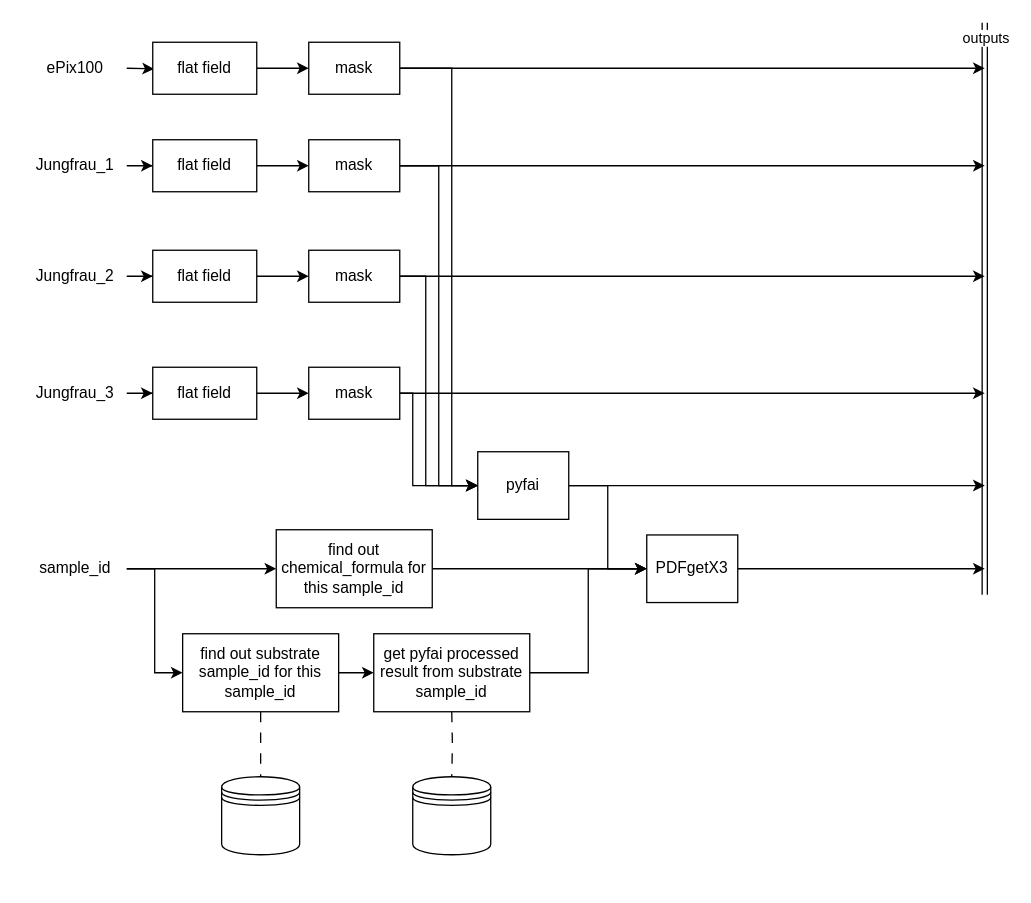
Before: sample.drawio in keeble/hed-context-files, a draw.io diagram. Source tidied: cells renumbered, new cells numbered last; positions are measured from the earlier drawing's top-left corner, leaving out a move shared by most shapes. Both pictures are drawn from the tidied source at 130%, with x=0, y=0 at pixel (22, 22).
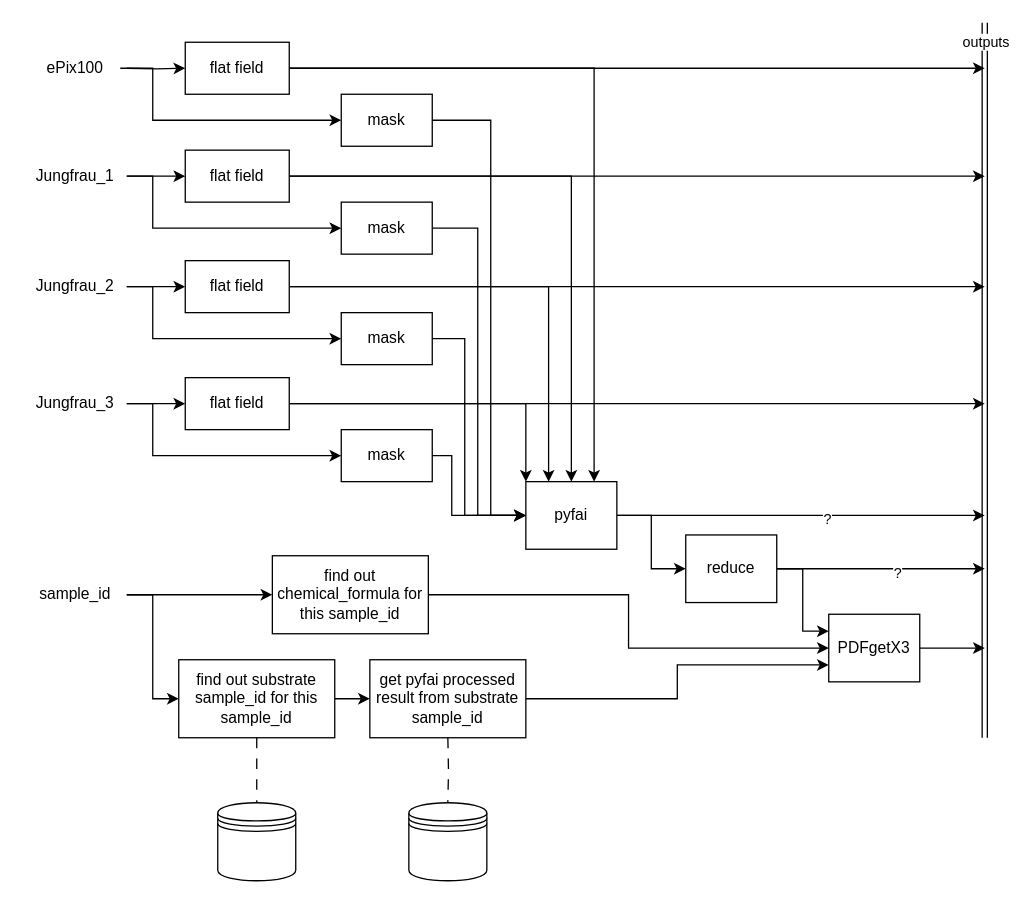
The same diagram, later.

Unchanged cells that the change refers to:
```xml
<mxCell id="28" value="ePix100" style="text;html=1;align=center;verticalAlign=middle;points=[];strokeColor=none;fillColor=none;" parent="1" vertex="1">
  <mxGeometry x="5" y="20" width="70" height="30" as="geometry" />
</mxCell>
```

The edit, as a diff of the source:
```diff
@@
+    <mxCell id="50" style="edgeStyle=orthogonalEdgeStyle;rounded=0;jettySize=auto;html=1;entryX=0;entryY=0.5;entryDx=0;entryDy=0;" parent="1" edge="1" source="3" target="16">
+      <mxGeometry relative="1" as="geometry">
+        <Array as="points">
+          <mxPoint x="100" y="118" />
+          <mxPoint x="100" y="158" />
+        </Array>
+      </mxGeometry>
+    </mxCell>
     <mxCell id="3" value="Jungfrau_1" style="text;html=1;align=center;verticalAlign=middle;points=[];strokeColor=none;fillColor=none;" parent="1" vertex="1">
-      <mxGeometry y="95" width="80" height="30" as="geometry" />
+      <mxGeometry y="103" width="80" height="30" as="geometry" />
     </mxCell>
@@
+    <mxCell id="51" style="edgeStyle=orthogonalEdgeStyle;rounded=0;jettySize=auto;html=1;entryX=0;entryY=0.5;entryDx=0;entryDy=0;" parent="1" edge="1" source="5" target="19">
+      <mxGeometry relative="1" as="geometry">
+        <Array as="points">
+          <mxPoint x="100" y="203" />
+          <mxPoint x="100" y="243" />
+        </Array>
+      </mxGeometry>
+    </mxCell>
     <mxCell id="5" value="Jungfrau_2" style="text;html=1;align=center;verticalAlign=middle;points=[];strokeColor=none;fillColor=none;" parent="1" vertex="1">
-      <mxGeometry y="180" width="80" height="30" as="geometry" />
+      <mxGeometry y="188" width="80" height="30" as="geometry" />
     </mxCell>
@@
+    <mxCell id="52" style="edgeStyle=orthogonalEdgeStyle;rounded=0;jettySize=auto;html=1;entryX=0;entryY=0.5;entryDx=0;entryDy=0;" parent="1" edge="1" source="7" target="22">
+      <mxGeometry relative="1" as="geometry">
+        <Array as="points">
+          <mxPoint x="100" y="293" />
+          <mxPoint x="100" y="333" />
+        </Array>
+      </mxGeometry>
+    </mxCell>
     <mxCell id="7" value="Jungfrau_3" style="text;html=1;align=center;verticalAlign=middle;points=[];strokeColor=none;fillColor=none;" parent="1" vertex="1">
-      <mxGeometry y="270" width="80" height="30" as="geometry" />
+      <mxGeometry y="278" width="80" height="30" as="geometry" />
     </mxCell>
-    <mxCell id="8" style="edgeStyle=orthogonalEdgeStyle;rounded=0;jettySize=auto;html=1;" parent="1" edge="1" source="9" target="16">
-      <mxGeometry relative="1" as="geometry" />
-    </mxCell>
+    <mxCell id="53" style="edgeStyle=orthogonalEdgeStyle;rounded=0;jettySize=auto;html=1;entryX=0.5;entryY=0;entryDx=0;entryDy=0;" parent="1" edge="1" source="9" target="25">
+      <mxGeometry relative="1" as="geometry" />
+    </mxCell>
+    <mxCell id="54" style="edgeStyle=orthogonalEdgeStyle;rounded=0;jettySize=auto;html=1;" parent="1" edge="1" source="9">
+      <mxGeometry relative="1" as="geometry">
+        <mxPoint x="740" y="118" as="targetPoint" />
+      </mxGeometry>
+    </mxCell>
     <mxCell id="9" value="flat field" style="rounded=0;whiteSpace=wrap;html=1;" parent="1" vertex="1">
-      <mxGeometry x="100" y="90" width="80" height="40" as="geometry" />
+      <mxGeometry x="125" y="98" width="80" height="40" as="geometry" />
     </mxCell>
-    <mxCell id="10" style="edgeStyle=orthogonalEdgeStyle;rounded=0;jettySize=auto;html=1;" parent="1" edge="1" source="11" target="19">
-      <mxGeometry relative="1" as="geometry" />
-    </mxCell>
+    <mxCell id="55" style="edgeStyle=orthogonalEdgeStyle;rounded=0;jettySize=auto;html=1;entryX=0.25;entryY=0;entryDx=0;entryDy=0;" parent="1" edge="1" source="11" target="25">
+      <mxGeometry relative="1" as="geometry" />
+    </mxCell>
+    <mxCell id="56" style="edgeStyle=orthogonalEdgeStyle;rounded=0;jettySize=auto;html=1;" parent="1" edge="1" source="11">
+      <mxGeometry relative="1" as="geometry">
+        <mxPoint x="740" y="203" as="targetPoint" />
+      </mxGeometry>
+    </mxCell>
     <mxCell id="11" value="flat field" style="rounded=0;whiteSpace=wrap;html=1;" parent="1" vertex="1">
-      <mxGeometry x="100" y="175" width="80" height="40" as="geometry" />
+      <mxGeometry x="125" y="183" width="80" height="40" as="geometry" />
     </mxCell>
-    <mxCell id="12" style="edgeStyle=orthogonalEdgeStyle;rounded=0;jettySize=auto;html=1;" parent="1" edge="1" source="13" target="22">
-      <mxGeometry relative="1" as="geometry" />
-    </mxCell>
+    <mxCell id="57" style="edgeStyle=orthogonalEdgeStyle;rounded=0;jettySize=auto;html=1;entryX=0;entryY=0;entryDx=0;entryDy=0;" parent="1" edge="1" source="13" target="25">
+      <mxGeometry relative="1" as="geometry" />
+    </mxCell>
+    <mxCell id="58" style="edgeStyle=orthogonalEdgeStyle;rounded=0;jettySize=auto;html=1;" parent="1" edge="1" source="13">
+      <mxGeometry relative="1" as="geometry">
+        <mxPoint x="740" y="293" as="targetPoint" />
+      </mxGeometry>
+    </mxCell>
     <mxCell id="13" value="flat field" style="rounded=0;whiteSpace=wrap;html=1;" parent="1" vertex="1">
-      <mxGeometry x="100" y="265" width="80" height="40" as="geometry" />
+      <mxGeometry x="125" y="273" width="80" height="40" as="geometry" />
     </mxCell>
     <mxCell id="14" style="edgeStyle=orthogonalEdgeStyle;rounded=0;jettySize=auto;html=1;entryX=0;entryY=0.5;entryDx=0;entryDy=0;" parent="1" edge="1" source="16" target="25">
       <mxGeometry relative="1" as="geometry">
         <Array as="points">
-          <mxPoint x="320" y="110" />
-          <mxPoint x="320" y="356" />
+          <mxPoint x="350" y="158" />
+          <mxPoint x="350" y="379" />
         </Array>
       </mxGeometry>
     </mxCell>
-    <mxCell id="15" style="edgeStyle=orthogonalEdgeStyle;rounded=0;jettySize=auto;html=1;" parent="1" edge="1" source="16">
-      <mxGeometry relative="1" as="geometry">
-        <mxPoint x="740" y="110" as="targetPoint" />
-      </mxGeometry>
-    </mxCell>
     <mxCell id="16" value="mask" style="rounded=0;whiteSpace=wrap;html=1;" parent="1" vertex="1">
-      <mxGeometry x="220" y="90" width="70" height="40" as="geometry" />
+      <mxGeometry x="245" y="138" width="70" height="40" as="geometry" />
     </mxCell>
     <mxCell id="17" style="edgeStyle=orthogonalEdgeStyle;rounded=0;jettySize=auto;html=1;entryX=0;entryY=0.5;entryDx=0;entryDy=0;" parent="1" edge="1" source="19" target="25">
       <mxGeometry relative="1" as="geometry">
         <Array as="points">
-          <mxPoint x="310" y="195" />
-          <mxPoint x="310" y="356" />
+          <mxPoint x="340" y="243" />
+          <mxPoint x="340" y="379" />
         </Array>
       </mxGeometry>
     </mxCell>
-    <mxCell id="18" style="edgeStyle=orthogonalEdgeStyle;rounded=0;jettySize=auto;html=1;" parent="1" edge="1" source="19">
-      <mxGeometry relative="1" as="geometry">
-        <mxPoint x="740" y="195" as="targetPoint" />
-      </mxGeometry>
-    </mxCell>
     <mxCell id="19" value="mask" style="rounded=0;whiteSpace=wrap;html=1;" parent="1" vertex="1">
-      <mxGeometry x="220" y="175" width="70" height="40" as="geometry" />
+      <mxGeometry x="245" y="223" width="70" height="40" as="geometry" />
     </mxCell>
     <mxCell id="20" style="edgeStyle=orthogonalEdgeStyle;rounded=0;jettySize=auto;html=1;entryX=0;entryY=0.5;entryDx=0;entryDy=0;" parent="1" edge="1" source="22" target="25">
       <mxGeometry relative="1" as="geometry">
         <Array as="points">
-          <mxPoint x="300" y="285" />
-          <mxPoint x="300" y="356" />
+          <mxPoint x="330" y="333" />
+          <mxPoint x="330" y="379" />
         </Array>
       </mxGeometry>
     </mxCell>
-    <mxCell id="21" style="edgeStyle=orthogonalEdgeStyle;rounded=0;jettySize=auto;html=1;" parent="1" edge="1" source="22">
-      <mxGeometry relative="1" as="geometry">
-        <mxPoint x="740" y="285" as="targetPoint" />
-      </mxGeometry>
-    </mxCell>
     <mxCell id="22" value="mask" style="rounded=0;whiteSpace=wrap;html=1;" parent="1" vertex="1">
-      <mxGeometry x="220" y="265" width="70" height="40" as="geometry" />
+      <mxGeometry x="245" y="313" width="70" height="40" as="geometry" />
     </mxCell>
-    <mxCell id="23" style="edgeStyle=orthogonalEdgeStyle;rounded=0;jettySize=auto;html=1;" parent="1" edge="1" source="25">
-      <mxGeometry relative="1" as="geometry">
-        <mxPoint x="740" y="356" as="targetPoint" />
-      </mxGeometry>
-    </mxCell>
-    <mxCell id="24" style="edgeStyle=orthogonalEdgeStyle;rounded=0;jettySize=auto;html=1;exitX=1;exitY=0.5;exitDx=0;exitDy=0;entryX=0;entryY=0.5;entryDx=0;entryDy=0;" parent="1" edge="1" source="25" target="40">
-      <mxGeometry relative="1" as="geometry" />
-    </mxCell>
+    <mxCell id="59" style="edgeStyle=orthogonalEdgeStyle;rounded=0;jettySize=auto;html=1;entryX=0;entryY=0.5;entryDx=0;entryDy=0;" parent="1" edge="1" source="25" target="69">
+      <mxGeometry relative="1" as="geometry" />
+    </mxCell>
+    <mxCell id="60" style="edgeStyle=orthogonalEdgeStyle;rounded=0;jettySize=auto;html=1;" parent="1" edge="1" source="25">
+      <mxGeometry relative="1" as="geometry">
+        <mxPoint x="740" y="379" as="targetPoint" />
+      </mxGeometry>
+    </mxCell>
+    <mxCell id="61" value="&lt;div&gt;?&lt;/div&gt;" style="edgeLabel;html=1;align=center;verticalAlign=middle;" parent="60" vertex="1">
+      <mxGeometry x="0.14" y="-2" relative="1" as="geometry" />
+    </mxCell>
     <mxCell id="25" value="pyfai" style="rounded=0;whiteSpace=wrap;html=1;" parent="1" vertex="1">
-      <mxGeometry x="350" y="330" width="70" height="52" as="geometry" />
+      <mxGeometry x="387" y="353" width="70" height="52" as="geometry" />
     </mxCell>
     <mxCell id="26" style="shape=link;html=1;rounded=0;" parent="1" edge="1">
       <mxGeometry relative="1" as="geometry">
-        <mxPoint x="740" y="440" as="sourcePoint" />
+        <mxPoint x="740" y="550" as="sourcePoint" />
         <mxPoint x="740" as="targetPoint" />
       </mxGeometry>
     </mxCell>
@@
+    <mxCell id="62" style="edgeStyle=orthogonalEdgeStyle;rounded=0;jettySize=auto;html=1;entryX=0;entryY=0.5;entryDx=0;entryDy=0;" parent="1" edge="1" source="28" target="34">
+      <mxGeometry relative="1" as="geometry">
+        <Array as="points">
+          <mxPoint x="100" y="35" />
+          <mxPoint x="100" y="75" />
+        </Array>
+      </mxGeometry>
+    </mxCell>
@@
-    <mxCell id="30" style="edgeStyle=orthogonalEdgeStyle;rounded=0;jettySize=auto;html=1;" parent="1" edge="1" source="31" target="34">
-      <mxGeometry relative="1" as="geometry" />
-    </mxCell>
+    <mxCell id="63" style="edgeStyle=orthogonalEdgeStyle;rounded=0;jettySize=auto;html=1;entryX=0.75;entryY=0;entryDx=0;entryDy=0;" parent="1" edge="1" source="31" target="25">
+      <mxGeometry relative="1" as="geometry" />
+    </mxCell>
+    <mxCell id="64" style="edgeStyle=orthogonalEdgeStyle;rounded=0;jettySize=auto;html=1;" parent="1" edge="1" source="31">
+      <mxGeometry relative="1" as="geometry">
+        <mxPoint x="740" y="35" as="targetPoint" />
+      </mxGeometry>
+    </mxCell>
     <mxCell id="31" value="flat field" style="rounded=0;whiteSpace=wrap;html=1;" parent="1" vertex="1">
-      <mxGeometry x="100" y="15" width="80" height="40" as="geometry" />
+      <mxGeometry x="125" y="15" width="80" height="40" as="geometry" />
     </mxCell>
     <mxCell id="32" style="edgeStyle=orthogonalEdgeStyle;rounded=0;jettySize=auto;html=1;entryX=0;entryY=0.5;entryDx=0;entryDy=0;" parent="1" edge="1" source="34" target="25">
       <mxGeometry relative="1" as="geometry">
         <Array as="points">
-          <mxPoint x="330" y="35" />
-          <mxPoint x="330" y="356" />
+          <mxPoint x="360" y="75" />
+          <mxPoint x="360" y="379" />
         </Array>
       </mxGeometry>
     </mxCell>
-    <mxCell id="33" style="edgeStyle=orthogonalEdgeStyle;rounded=0;jettySize=auto;html=1;" parent="1" edge="1" source="34">
-      <mxGeometry relative="1" as="geometry">
-        <mxPoint x="740" y="35" as="targetPoint" />
-      </mxGeometry>
-    </mxCell>
     <mxCell id="34" value="mask" style="rounded=0;whiteSpace=wrap;html=1;" parent="1" vertex="1">
-      <mxGeometry x="220" y="15" width="70" height="40" as="geometry" />
+      <mxGeometry x="245" y="55" width="70" height="40" as="geometry" />
     </mxCell>
@@
     <mxCell id="37" value="sample_id" style="text;html=1;align=center;verticalAlign=middle;points=[];strokeColor=none;fillColor=none;" parent="1" vertex="1">
-      <mxGeometry y="405" width="80" height="30" as="geometry" />
+      <mxGeometry y="425" width="80" height="30" as="geometry" />
     </mxCell>
     <mxCell id="38" style="shape=datastore;whiteSpace=wrap;html=1;" parent="1" vertex="1">
-      <mxGeometry x="153" y="580" width="60" height="60" as="geometry" />
+      <mxGeometry x="150" y="600" width="60" height="60" as="geometry" />
     </mxCell>
-    <mxCell id="39" style="edgeStyle=orthogonalEdgeStyle;rounded=0;jettySize=auto;html=1;exitX=1;exitY=0.5;exitDx=0;exitDy=0;" parent="1" edge="1" source="40">
-      <mxGeometry relative="1" as="geometry">
-        <mxPoint x="740" y="420" as="targetPoint" />
-      </mxGeometry>
-    </mxCell>
+    <mxCell id="65" style="edgeStyle=orthogonalEdgeStyle;rounded=0;jettySize=auto;html=1;" parent="1" edge="1" source="40">
+      <mxGeometry relative="1" as="geometry">
+        <mxPoint x="740" y="481" as="targetPoint" />
+      </mxGeometry>
+    </mxCell>
     <mxCell id="40" value="PDFgetX3" style="rounded=0;whiteSpace=wrap;html=1;" parent="1" vertex="1">
-      <mxGeometry x="480" y="394" width="70" height="52" as="geometry" />
+      <mxGeometry x="620" y="455" width="70" height="52" as="geometry" />
     </mxCell>
@@
     <mxCell id="43" value="find out substrate sample_id for this sample_id" style="rounded=0;whiteSpace=wrap;html=1;" parent="1" vertex="1">
-      <mxGeometry x="123" y="470" width="120" height="60" as="geometry" />
+      <mxGeometry x="120" y="490" width="120" height="60" as="geometry" />
     </mxCell>
-    <mxCell id="44" style="edgeStyle=orthogonalEdgeStyle;rounded=0;jettySize=auto;html=1;entryX=0;entryY=0.5;entryDx=0;entryDy=0;" parent="1" edge="1" source="45" target="40">
+    <mxCell id="44" style="edgeStyle=orthogonalEdgeStyle;rounded=0;jettySize=auto;html=1;entryX=0;entryY=0.75;entryDx=0;entryDy=0;" parent="1" edge="1" source="45" target="40">
       <mxGeometry relative="1" as="geometry" />
     </mxCell>
     <mxCell id="45" value="get pyfai processed result from substrate sample_id" style="rounded=0;whiteSpace=wrap;html=1;" parent="1" vertex="1">
-      <mxGeometry x="270" y="470" width="120" height="60" as="geometry" />
+      <mxGeometry x="267" y="490" width="120" height="60" as="geometry" />
     </mxCell>
@@
     <mxCell id="47" value="find out chemical_formula for this sample_id" style="rounded=0;whiteSpace=wrap;html=1;" parent="1" vertex="1">
-      <mxGeometry x="195" y="390" width="120" height="60" as="geometry" />
+      <mxGeometry x="192" y="410" width="120" height="60" as="geometry" />
     </mxCell>
     <mxCell id="48" style="shape=datastore;whiteSpace=wrap;html=1;" parent="1" vertex="1">
-      <mxGeometry x="300" y="580" width="60" height="60" as="geometry" />
+      <mxGeometry x="297" y="600" width="60" height="60" as="geometry" />
     </mxCell>
     <mxCell id="49" style="edgeStyle=orthogonalEdgeStyle;rounded=0;jettySize=auto;html=1;exitX=0.5;exitY=1;exitDx=0;exitDy=0;dashed=1;dashPattern=8 8;endArrow=none;endFill=0;" parent="1" edge="1" target="48">
       <mxGeometry relative="1" as="geometry">
-        <mxPoint x="330" y="530" as="sourcePoint" />
+        <mxPoint x="327" y="550" as="sourcePoint" />
       </mxGeometry>
     </mxCell>
+    <mxCell id="66" style="edgeStyle=orthogonalEdgeStyle;rounded=0;jettySize=auto;html=1;entryX=0;entryY=0.25;entryDx=0;entryDy=0;" parent="1" edge="1" source="69" target="40">
+      <mxGeometry relative="1" as="geometry" />
+    </mxCell>
+    <mxCell id="67" style="edgeStyle=orthogonalEdgeStyle;rounded=0;jettySize=auto;html=1;" parent="1" edge="1" source="69">
+      <mxGeometry relative="1" as="geometry">
+        <mxPoint x="740" y="420" as="targetPoint" />
+      </mxGeometry>
+    </mxCell>
+    <mxCell id="68" value="?" style="edgeLabel;html=1;align=center;verticalAlign=middle;" parent="67" vertex="1">
+      <mxGeometry x="0.16" y="-3" relative="1" as="geometry" />
+    </mxCell>
+    <mxCell id="69" value="reduce" style="rounded=0;whiteSpace=wrap;html=1;" parent="1" vertex="1">
+      <mxGeometry x="510" y="394" width="70" height="52" as="geometry" />
+    </mxCell>
```
